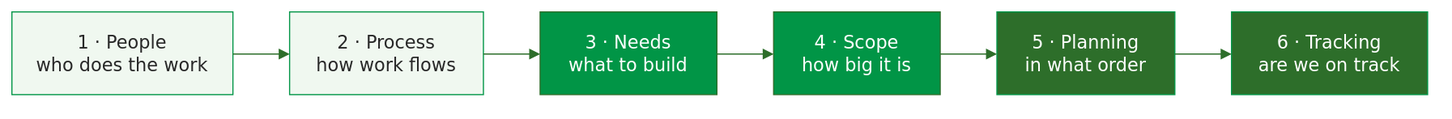
The draw.io diagram images/msd-areas.svg in msdbok/msdbok.github.io, before a commit. Source tidied: cells renumbered, new cells last; positions are measured from the earlier drawing's top-left corner, leaving out a move shared by most shapes.
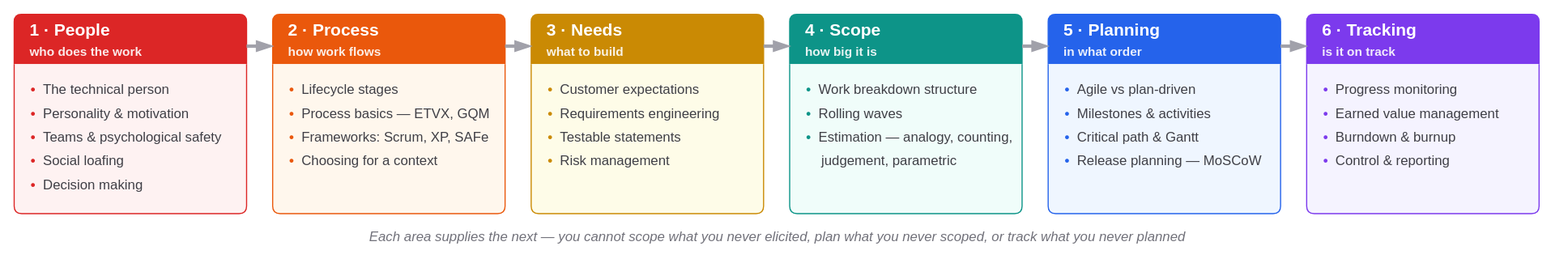
Above is the later version.

Commit message:
home: redraw the areas diagram as blocks in sequence, SQRbok style

What changed in the source:
```diff
@@ -2,38 +2,59 @@
   <root>
     <mxCell id="0" />
     <mxCell id="1" parent="0" />
-    <mxCell id="2" value="1 · People&#10;who does the work" style="html=1;whiteSpace=wrap;strokeWidth=1;fillColor=#f0f8f0;strokeColor=#019546;fontColor=#282828;fontFamily=Tahoma,Verdana,DejaVu Sans,sans-serif;fontSize=16;" parent="1" vertex="1">
-      <mxGeometry width="195" height="73" as="geometry" />
+    <mxCell id="2" value="&lt;span style=&quot;font-size:15px;&quot;&gt;&lt;b&gt;1 · People&lt;/b&gt;&lt;/span&gt;&lt;br&gt;&lt;span style=&quot;font-size:11px;opacity:0.9;&quot;&gt;who does the work&lt;/span&gt;" style="swimlane;html=1;rounded=1;arcSize=5;startSize=44;fillColor=#dc2626;strokeColor=#dc2626;strokeWidth=1;swimlaneFillColor=#fef2f2;fontColor=#ffffff;fontSize=15;align=left;spacingLeft=12;verticalAlign=middle;swimlaneLine=0;fontFamily=Helvetica;" parent="1" vertex="1">
+      <mxGeometry x="12" y="12" width="205" height="176" as="geometry" />
     </mxCell>
+    <mxCell id="13" value="&lt;div style=&quot;font-size:12px;line-height:1.75;color:#3f3f46;&quot;&gt;&lt;span style=&quot;color:#dc2626;font-weight:bold;&quot;&gt;•&lt;/span&gt;&amp;nbsp;&amp;nbsp;The technical person&lt;br&gt;&lt;span style=&quot;color:#dc2626;font-weight:bold;&quot;&gt;•&lt;/span&gt;&amp;nbsp;&amp;nbsp;Personality &amp;amp; motivation&lt;br&gt;&lt;span style=&quot;color:#dc2626;font-weight:bold;&quot;&gt;•&lt;/span&gt;&amp;nbsp;&amp;nbsp;Teams &amp;amp; psychological safety&lt;br&gt;&lt;span style=&quot;color:#dc2626;font-weight:bold;&quot;&gt;•&lt;/span&gt;&amp;nbsp;&amp;nbsp;Social loafing&lt;br&gt;&lt;span style=&quot;color:#dc2626;font-weight:bold;&quot;&gt;•&lt;/span&gt;&amp;nbsp;&amp;nbsp;Decision making&lt;/div&gt;" style="text;html=1;align=left;verticalAlign=top;spacingLeft=13;spacingTop=6;strokeColor=none;fillColor=none;fontFamily=Helvetica;" parent="2" vertex="1">
+      <mxGeometry y="44" width="205" height="132" as="geometry" />
+    </mxCell>
-    <mxCell id="3" value="2 · Process&#10;how work flows" style="html=1;whiteSpace=wrap;strokeWidth=1;fillColor=#f0f8f0;strokeColor=#019546;fontColor=#282828;fontFamily=Tahoma,Verdana,DejaVu Sans,sans-serif;fontSize=16;" parent="1" vertex="1">
-      <mxGeometry x="245" width="171" height="73" as="geometry" />
+    <mxCell id="3" value="&lt;span style=&quot;font-size:15px;&quot;&gt;&lt;b&gt;2 · Process&lt;/b&gt;&lt;/span&gt;&lt;br&gt;&lt;span style=&quot;font-size:11px;opacity:0.9;&quot;&gt;how work flows&lt;/span&gt;" style="swimlane;html=1;rounded=1;arcSize=5;startSize=44;fillColor=#ea580c;strokeColor=#ea580c;strokeWidth=1;swimlaneFillColor=#fff7ed;fontColor=#ffffff;fontSize=15;align=left;spacingLeft=12;verticalAlign=middle;swimlaneLine=0;fontFamily=Helvetica;" parent="1" vertex="1">
+      <mxGeometry x="240" y="12" width="205" height="176" as="geometry" />
     </mxCell>
+    <mxCell id="14" value="&lt;div style=&quot;font-size:12px;line-height:1.75;color:#3f3f46;&quot;&gt;&lt;span style=&quot;color:#ea580c;font-weight:bold;&quot;&gt;•&lt;/span&gt;&amp;nbsp;&amp;nbsp;Lifecycle stages&lt;br&gt;&lt;span style=&quot;color:#ea580c;font-weight:bold;&quot;&gt;•&lt;/span&gt;&amp;nbsp;&amp;nbsp;Process basics — ETVX, GQM&lt;br&gt;&lt;span style=&quot;color:#ea580c;font-weight:bold;&quot;&gt;•&lt;/span&gt;&amp;nbsp;&amp;nbsp;Frameworks: Scrum, XP, SAFe&lt;br&gt;&lt;span style=&quot;color:#ea580c;font-weight:bold;&quot;&gt;•&lt;/span&gt;&amp;nbsp;&amp;nbsp;Choosing for a context&lt;/div&gt;" style="text;html=1;align=left;verticalAlign=top;spacingLeft=13;spacingTop=6;strokeColor=none;fillColor=none;fontFamily=Helvetica;" parent="3" vertex="1">
+      <mxGeometry y="44" width="205" height="132" as="geometry" />
+    </mxCell>
-    <mxCell id="4" value="3 · Needs&#10;what to build" style="html=1;whiteSpace=wrap;strokeWidth=1;fillColor=#019546;strokeColor=#2D6E2A;fontColor=#FFFFFF;fontFamily=Tahoma,Verdana,DejaVu Sans,sans-serif;fontSize=16;" parent="1" vertex="1">
-      <mxGeometry x="466" width="156" height="73" as="geometry" />
+    <mxCell id="4" value="&lt;span style=&quot;font-size:15px;&quot;&gt;&lt;b&gt;3 · Needs&lt;/b&gt;&lt;/span&gt;&lt;br&gt;&lt;span style=&quot;font-size:11px;opacity:0.9;&quot;&gt;what to build&lt;/span&gt;" style="swimlane;html=1;rounded=1;arcSize=5;startSize=44;fillColor=#ca8a04;strokeColor=#ca8a04;strokeWidth=1;swimlaneFillColor=#fefce8;fontColor=#ffffff;fontSize=15;align=left;spacingLeft=12;verticalAlign=middle;swimlaneLine=0;fontFamily=Helvetica;" parent="1" vertex="1">
+      <mxGeometry x="468" y="12" width="205" height="176" as="geometry" />
     </mxCell>
+    <mxCell id="15" value="&lt;div style=&quot;font-size:12px;line-height:1.75;color:#3f3f46;&quot;&gt;&lt;span style=&quot;color:#ca8a04;font-weight:bold;&quot;&gt;•&lt;/span&gt;&amp;nbsp;&amp;nbsp;Customer expectations&lt;br&gt;&lt;span style=&quot;color:#ca8a04;font-weight:bold;&quot;&gt;•&lt;/span&gt;&amp;nbsp;&amp;nbsp;Requirements engineering&lt;br&gt;&lt;span style=&quot;color:#ca8a04;font-weight:bold;&quot;&gt;•&lt;/span&gt;&amp;nbsp;&amp;nbsp;Testable statements&lt;br&gt;&lt;span style=&quot;color:#ca8a04;font-weight:bold;&quot;&gt;•&lt;/span&gt;&amp;nbsp;&amp;nbsp;Risk management&lt;/div&gt;" style="text;html=1;align=left;verticalAlign=top;spacingLeft=13;spacingTop=6;strokeColor=none;fillColor=none;fontFamily=Helvetica;" parent="4" vertex="1">
+      <mxGeometry y="44" width="205" height="132" as="geometry" />
+    </mxCell>
-    <mxCell id="5" value="4 · Scope&#10;how big it is" style="html=1;whiteSpace=wrap;strokeWidth=1;fillColor=#019546;strokeColor=#2D6E2A;fontColor=#FFFFFF;fontFamily=Tahoma,Verdana,DejaVu Sans,sans-serif;fontSize=16;" parent="1" vertex="1">
-      <mxGeometry x="672" width="147" height="73" as="geometry" />
+    <mxCell id="5" value="&lt;span style=&quot;font-size:15px;&quot;&gt;&lt;b&gt;4 · Scope&lt;/b&gt;&lt;/span&gt;&lt;br&gt;&lt;span style=&quot;font-size:11px;opacity:0.9;&quot;&gt;how big it is&lt;/span&gt;" style="swimlane;html=1;rounded=1;arcSize=5;startSize=44;fillColor=#0d9488;strokeColor=#0d9488;strokeWidth=1;swimlaneFillColor=#f0fdfa;fontColor=#ffffff;fontSize=15;align=left;spacingLeft=12;verticalAlign=middle;swimlaneLine=0;fontFamily=Helvetica;" parent="1" vertex="1">
+      <mxGeometry x="696" y="12" width="205" height="176" as="geometry" />
     </mxCell>
+    <mxCell id="16" value="&lt;div style=&quot;font-size:12px;line-height:1.75;color:#3f3f46;&quot;&gt;&lt;span style=&quot;color:#0d9488;font-weight:bold;&quot;&gt;•&lt;/span&gt;&amp;nbsp;&amp;nbsp;Work breakdown structure&lt;br&gt;&lt;span style=&quot;color:#0d9488;font-weight:bold;&quot;&gt;•&lt;/span&gt;&amp;nbsp;&amp;nbsp;Rolling waves&lt;br&gt;&lt;span style=&quot;color:#0d9488;font-weight:bold;&quot;&gt;•&lt;/span&gt;&amp;nbsp;&amp;nbsp;Estimation — analogy, counting,&lt;br&gt;&amp;nbsp;&amp;nbsp;&amp;nbsp;&amp;nbsp;judgement, parametric&lt;/div&gt;" style="text;html=1;align=left;verticalAlign=top;spacingLeft=13;spacingTop=6;strokeColor=none;fillColor=none;fontFamily=Helvetica;" parent="5" vertex="1">
+      <mxGeometry y="44" width="205" height="132" as="geometry" />
+    </mxCell>
-    <mxCell id="6" value="5 · Planning&#10;in what order" style="html=1;whiteSpace=wrap;strokeWidth=1;fillColor=#2D6E2A;strokeColor=#019546;fontColor=#FFFFFF;fontFamily=Tahoma,Verdana,DejaVu Sans,sans-serif;fontSize=16;" parent="1" vertex="1">
-      <mxGeometry x="869" width="157" height="73" as="geometry" />
+    <mxCell id="6" value="&lt;span style=&quot;font-size:15px;&quot;&gt;&lt;b&gt;5 · Planning&lt;/b&gt;&lt;/span&gt;&lt;br&gt;&lt;span style=&quot;font-size:11px;opacity:0.9;&quot;&gt;in what order&lt;/span&gt;" style="swimlane;html=1;rounded=1;arcSize=5;startSize=44;fillColor=#2563eb;strokeColor=#2563eb;strokeWidth=1;swimlaneFillColor=#eff6ff;fontColor=#ffffff;fontSize=15;align=left;spacingLeft=12;verticalAlign=middle;swimlaneLine=0;fontFamily=Helvetica;" parent="1" vertex="1">
+      <mxGeometry x="924" y="12" width="205" height="176" as="geometry" />
     </mxCell>
-    <mxCell id="7" value="6 · Tracking&#10;are we on track" style="html=1;whiteSpace=wrap;strokeWidth=1;fillColor=#2D6E2A;strokeColor=#019546;fontColor=#FFFFFF;fontFamily=Tahoma,Verdana,DejaVu Sans,sans-serif;fontSize=16;" parent="1" vertex="1">
-      <mxGeometry x="1076" width="173" height="73" as="geometry" />
-    </mxCell>
+    <mxCell id="17" value="&lt;div style=&quot;font-size:12px;line-height:1.75;color:#3f3f46;&quot;&gt;&lt;span style=&quot;color:#2563eb;font-weight:bold;&quot;&gt;•&lt;/span&gt;&amp;nbsp;&amp;nbsp;Agile vs plan-driven&lt;br&gt;&lt;span style=&quot;color:#2563eb;font-weight:bold;&quot;&gt;•&lt;/span&gt;&amp;nbsp;&amp;nbsp;Milestones &amp;amp; activities&lt;br&gt;&lt;span style=&quot;color:#2563eb;font-weight:bold;&quot;&gt;•&lt;/span&gt;&amp;nbsp;&amp;nbsp;Critical path &amp;amp; Gantt&lt;br&gt;&lt;span style=&quot;color:#2563eb;font-weight:bold;&quot;&gt;•&lt;/span&gt;&amp;nbsp;&amp;nbsp;Release planning — MoSCoW&lt;/div&gt;" style="text;html=1;align=left;verticalAlign=top;spacingLeft=13;spacingTop=6;strokeColor=none;fillColor=none;fontFamily=Helvetica;" parent="6" vertex="1">
+      <mxGeometry y="44" width="205" height="132" as="geometry" />
+    </mxCell>
+    <mxCell id="18" value="&lt;span style=&quot;font-size:15px;&quot;&gt;&lt;b&gt;6 · Tracking&lt;/b&gt;&lt;/span&gt;&lt;br&gt;&lt;span style=&quot;font-size:11px;opacity:0.9;&quot;&gt;is it on track&lt;/span&gt;" style="swimlane;html=1;rounded=1;arcSize=5;startSize=44;fillColor=#7c3aed;strokeColor=#7c3aed;strokeWidth=1;swimlaneFillColor=#f5f3ff;fontColor=#ffffff;fontSize=15;align=left;spacingLeft=12;verticalAlign=middle;swimlaneLine=0;fontFamily=Helvetica;" parent="1" vertex="1">
+      <mxGeometry x="1152" y="12" width="205" height="176" as="geometry" />
+    </mxCell>
+    <mxCell id="19" value="&lt;div style=&quot;font-size:12px;line-height:1.75;color:#3f3f46;&quot;&gt;&lt;span style=&quot;color:#7c3aed;font-weight:bold;&quot;&gt;•&lt;/span&gt;&amp;nbsp;&amp;nbsp;Progress monitoring&lt;br&gt;&lt;span style=&quot;color:#7c3aed;font-weight:bold;&quot;&gt;•&lt;/span&gt;&amp;nbsp;&amp;nbsp;Earned value management&lt;br&gt;&lt;span style=&quot;color:#7c3aed;font-weight:bold;&quot;&gt;•&lt;/span&gt;&amp;nbsp;&amp;nbsp;Burndown &amp;amp; burnup&lt;br&gt;&lt;span style=&quot;color:#7c3aed;font-weight:bold;&quot;&gt;•&lt;/span&gt;&amp;nbsp;&amp;nbsp;Control &amp;amp; reporting&lt;/div&gt;" style="text;html=1;align=left;verticalAlign=top;spacingLeft=13;spacingTop=6;strokeColor=none;fillColor=none;fontFamily=Helvetica;" parent="18" vertex="1">
+      <mxGeometry y="44" width="205" height="132" as="geometry" />
+    </mxCell>
-    <mxCell id="8" style="curved=1;startArrow=none;endArrow=block;endSize=7;strokeColor=#2D6E2A;exitX=1;exitY=0.51;entryX=0;entryY=0.51;" parent="1" edge="1" source="2" target="3">
+    <mxCell id="8" style="html=1;rounded=0;strokeColor=#a1a1aa;strokeWidth=3;endArrow=blockThin;endFill=1;endSize=7;exitX=1;exitY=0.16;exitDx=0;exitDy=0;entryX=0;entryY=0.16;entryDx=0;entryDy=0;" parent="1" edge="1" source="2" target="3">
       <mxGeometry relative="1" as="geometry" />
     </mxCell>
-    <mxCell id="9" style="curved=1;startArrow=none;endArrow=block;endSize=7;strokeColor=#2D6E2A;exitX=1;exitY=0.51;entryX=0;entryY=0.51;" parent="1" edge="1" source="3" target="4">
+    <mxCell id="9" style="html=1;rounded=0;strokeColor=#a1a1aa;strokeWidth=3;endArrow=blockThin;endFill=1;endSize=7;exitX=1;exitY=0.16;exitDx=0;exitDy=0;entryX=0;entryY=0.16;entryDx=0;entryDy=0;" parent="1" edge="1" source="3" target="4">
       <mxGeometry relative="1" as="geometry" />
     </mxCell>
-    <mxCell id="10" style="curved=1;startArrow=none;endArrow=block;endSize=7;strokeColor=#2D6E2A;exitX=1;exitY=0.51;entryX=0;entryY=0.51;" parent="1" edge="1" source="4" target="5">
+    <mxCell id="10" style="html=1;rounded=0;strokeColor=#a1a1aa;strokeWidth=3;endArrow=blockThin;endFill=1;endSize=7;exitX=1;exitY=0.16;exitDx=0;exitDy=0;entryX=0;entryY=0.16;entryDx=0;entryDy=0;" parent="1" edge="1" source="4" target="5">
       <mxGeometry relative="1" as="geometry" />
     </mxCell>
-    <mxCell id="11" style="curved=1;startArrow=none;endArrow=block;endSize=7;strokeColor=#2D6E2A;exitX=1;exitY=0.51;entryX=0;entryY=0.51;" parent="1" edge="1" source="5" target="6">
+    <mxCell id="11" style="html=1;rounded=0;strokeColor=#a1a1aa;strokeWidth=3;endArrow=blockThin;endFill=1;endSize=7;exitX=1;exitY=0.16;exitDx=0;exitDy=0;entryX=0;entryY=0.16;entryDx=0;entryDy=0;" parent="1" edge="1" source="5" target="6">
       <mxGeometry relative="1" as="geometry" />
     </mxCell>
-    <mxCell id="12" style="curved=1;startArrow=none;endArrow=block;endSize=7;strokeColor=#2D6E2A;exitX=1;exitY=0.51;entryX=0;entryY=0.51;" parent="1" edge="1" source="6" target="7">
-      <mxGeometry relative="1" as="geometry" />
-    </mxCell>
+    <mxCell id="20" style="html=1;rounded=0;strokeColor=#a1a1aa;strokeWidth=3;endArrow=blockThin;endFill=1;endSize=7;exitX=1;exitY=0.16;exitDx=0;exitDy=0;entryX=0;entryY=0.16;entryDx=0;entryDy=0;" parent="1" edge="1" source="6" target="18">
+      <mxGeometry relative="1" as="geometry" />
+    </mxCell>
+    <mxCell id="21" value="Each area supplies the next — you cannot scope what you never elicited, plan what you never scoped, or track what you never planned" style="text;html=1;align=center;verticalAlign=middle;fontSize=12;fontColor=#71717a;fontStyle=2;fontFamily=Helvetica;" parent="1" vertex="1">
+      <mxGeometry x="12" y="197" width="1345" height="24" as="geometry" />
+    </mxCell>
   </root>
 </mxGraphModel>
```
